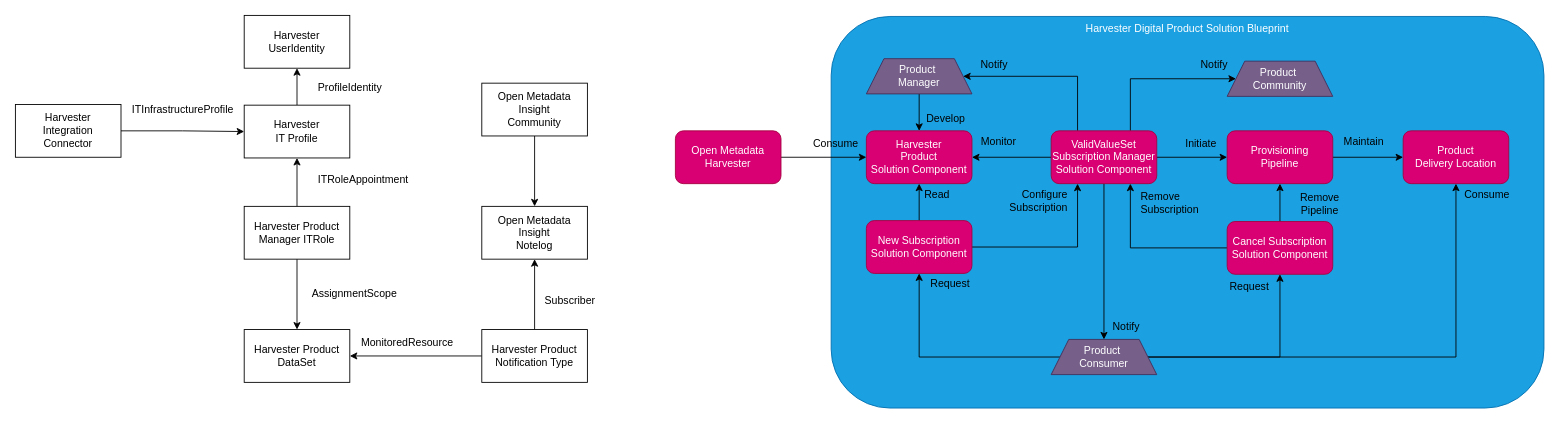
This is page "product-catalog" (3 of 5) of open-metadata-implementation/adapters/open-connectors/nanny-connectors/docs/nanny_connectors.drawio from odpi/egeria, a draw.io file, before an edit. Source tidied: cells renumbered, new cells numbered last; positions are measured from the earlier drawing's top-left corner, leaving out a move shared by most shapes. Both pictures are drawn from the tidied source at 88%, with x=0, y=0 at pixel (15, 15).
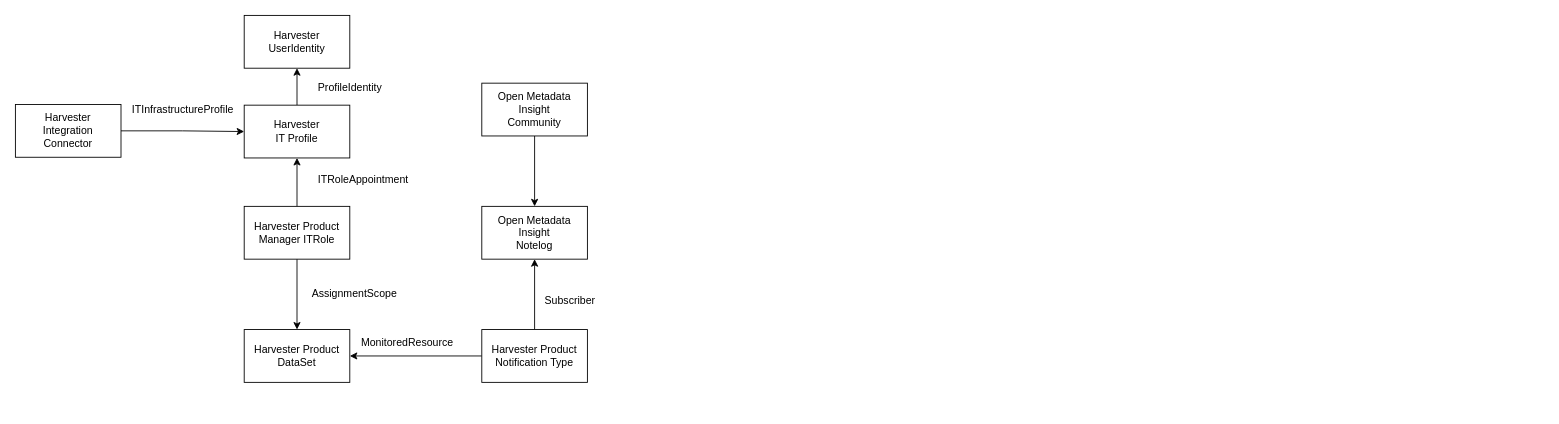
The same diagram, later.

The edit, as a diff of the source:
```diff
@@
-    <mxCell id="2" value="Harvester&amp;nbsp;&lt;span style=&quot;background-color: transparent; color: light-dark(rgb(255, 255, 255), rgb(18, 18, 18));&quot;&gt;Digital Product&amp;nbsp;&lt;/span&gt;&lt;span style=&quot;background-color: transparent; color: light-dark(rgb(255, 255, 255), rgb(18, 18, 18));&quot;&gt;Solution Blueprint&lt;/span&gt;" style="rounded=1;whiteSpace=wrap;html=1;fillColor=#1ba1e2;fontColor=#ffffff;strokeColor=#006EAF;verticalAlign=top;" parent="1" vertex="1">
-      <mxGeometry x="927" y="1.2" width="810" height="445" as="geometry" />
-    </mxCell>
-    <mxCell id="3" style="edgeStyle=orthogonalEdgeStyle;rounded=0;jettySize=auto;html=1;exitX=1;exitY=0.5;exitDx=0;exitDy=0;entryX=0;entryY=0.5;entryDx=0;entryDy=0;" parent="1" edge="1" source="11" target="6">
-      <mxGeometry relative="1" as="geometry" />
-    </mxCell>
-    <mxCell id="4" value="&lt;div&gt;Harvester&lt;/div&gt;&lt;div&gt;Product&lt;/div&gt;&lt;div&gt;Solution Component&lt;/div&gt;" style="rounded=1;whiteSpace=wrap;html=1;fillColor=#d80073;fontColor=#ffffff;strokeColor=#A50040;" parent="1" vertex="1">
-      <mxGeometry x="967" y="131.2" width="120" height="60" as="geometry" />
-    </mxCell>
-    <mxCell id="5" style="edgeStyle=orthogonalEdgeStyle;rounded=0;jettySize=auto;html=1;" parent="1" edge="1" source="6" target="14">
-      <mxGeometry relative="1" as="geometry" />
-    </mxCell>
-    <mxCell id="6" value="&lt;div&gt;Provisioning&lt;/div&gt;&lt;div&gt;Pipeline&lt;/div&gt;" style="rounded=1;whiteSpace=wrap;html=1;fillColor=#d80073;fontColor=#ffffff;strokeColor=#A50040;" parent="1" vertex="1">
-      <mxGeometry x="1377" y="131.2" width="120" height="60" as="geometry" />
-    </mxCell>
-    <mxCell id="7" style="edgeStyle=orthogonalEdgeStyle;rounded=0;jettySize=auto;html=1;exitX=0;exitY=0.5;exitDx=0;exitDy=0;entryX=1;entryY=0.5;entryDx=0;entryDy=0;" parent="1" edge="1" source="11" target="4">
-      <mxGeometry relative="1" as="geometry" />
-    </mxCell>
-    <mxCell id="8" style="edgeStyle=orthogonalEdgeStyle;rounded=0;jettySize=auto;html=1;exitX=0.5;exitY=1;exitDx=0;exitDy=0;" parent="1" edge="1" source="11" target="19">
-      <mxGeometry relative="1" as="geometry" />
-    </mxCell>
-    <mxCell id="9" style="edgeStyle=orthogonalEdgeStyle;rounded=0;jettySize=auto;html=1;exitX=0.25;exitY=0;exitDx=0;exitDy=0;entryX=1;entryY=0.5;entryDx=0;entryDy=0;" parent="1" edge="1" source="11" target="33">
-      <mxGeometry relative="1" as="geometry">
-        <Array as="points">
-          <mxPoint x="1207" y="69.2" />
-        </Array>
-      </mxGeometry>
-    </mxCell>
-    <mxCell id="10" style="edgeStyle=orthogonalEdgeStyle;rounded=0;jettySize=auto;html=1;exitX=0.75;exitY=0;exitDx=0;exitDy=0;entryX=0;entryY=0.5;entryDx=0;entryDy=0;" parent="1" edge="1" source="11" target="40">
-      <mxGeometry relative="1" as="geometry">
-        <Array as="points">
-          <mxPoint x="1267" y="72.2" />
-        </Array>
-      </mxGeometry>
-    </mxCell>
-    <mxCell id="11" value="&lt;div&gt;ValidValueSet&lt;/div&gt;&lt;div&gt;&lt;span style=&quot;background-color: transparent; color: light-dark(rgb(255, 255, 255), rgb(18, 18, 18));&quot;&gt;Subscription Manager Solution Component&lt;/span&gt;&lt;/div&gt;" style="rounded=1;whiteSpace=wrap;html=1;fillColor=#d80073;fontColor=#ffffff;strokeColor=#A50040;" parent="1" vertex="1">
-      <mxGeometry x="1177" y="131.2" width="120" height="60" as="geometry" />
-    </mxCell>
-    <mxCell id="12" value="Monitor" style="text;html=1;align=center;verticalAlign=middle;strokeColor=none;fillColor=none;" parent="1" vertex="1">
-      <mxGeometry x="1087" y="129.2" width="60" height="30" as="geometry" />
-    </mxCell>
-    <mxCell id="13" value="Initiate" style="text;html=1;align=center;verticalAlign=middle;strokeColor=none;fillColor=none;" parent="1" vertex="1">
-      <mxGeometry x="1317" y="131.2" width="60" height="30" as="geometry" />
-    </mxCell>
-    <mxCell id="14" value="&lt;div&gt;Product&lt;/div&gt;&lt;div&gt;Delivery Location&lt;/div&gt;" style="rounded=1;whiteSpace=wrap;html=1;fillColor=#d80073;fontColor=#ffffff;strokeColor=#A50040;" parent="1" vertex="1">
-      <mxGeometry x="1577" y="131.2" width="120" height="60" as="geometry" />
-    </mxCell>
-    <mxCell id="15" value="Maintain" style="text;html=1;align=center;verticalAlign=middle;strokeColor=none;fillColor=none;" parent="1" vertex="1">
-      <mxGeometry x="1497" y="129.2" width="70" height="30" as="geometry" />
-    </mxCell>
-    <mxCell id="16" style="edgeStyle=orthogonalEdgeStyle;rounded=0;jettySize=auto;html=1;exitX=0;exitY=0.5;exitDx=0;exitDy=0;" parent="1" edge="1" source="19" target="22">
-      <mxGeometry relative="1" as="geometry" />
-    </mxCell>
-    <mxCell id="17" style="edgeStyle=orthogonalEdgeStyle;rounded=0;jettySize=auto;html=1;entryX=0.5;entryY=1;entryDx=0;entryDy=0;exitX=1;exitY=0.5;exitDx=0;exitDy=0;" parent="1" edge="1" source="19" target="28">
-      <mxGeometry relative="1" as="geometry" />
-    </mxCell>
-    <mxCell id="18" style="edgeStyle=orthogonalEdgeStyle;rounded=0;jettySize=auto;html=1;exitX=1;exitY=0.5;exitDx=0;exitDy=0;" parent="1" edge="1" source="19" target="14">
-      <mxGeometry relative="1" as="geometry">
-        <Array as="points">
-          <mxPoint x="1637" y="388.2" />
-        </Array>
-      </mxGeometry>
-    </mxCell>
-    <mxCell id="19" value="Product&amp;nbsp;&lt;div&gt;Consumer&lt;/div&gt;" style="shape=trapezoid;perimeter=trapezoidPerimeter;whiteSpace=wrap;html=1;fixedSize=1;fillColor=#76608a;fontColor=#ffffff;strokeColor=#432D57;" parent="1" vertex="1">
-      <mxGeometry x="1177" y="368.2" width="120" height="40" as="geometry" />
-    </mxCell>
-    <mxCell id="20" style="edgeStyle=orthogonalEdgeStyle;rounded=0;jettySize=auto;html=1;exitX=0.5;exitY=0;exitDx=0;exitDy=0;entryX=0.5;entryY=1;entryDx=0;entryDy=0;" parent="1" edge="1" source="22" target="4">
-      <mxGeometry relative="1" as="geometry" />
-    </mxCell>
-    <mxCell id="21" style="edgeStyle=orthogonalEdgeStyle;rounded=0;jettySize=auto;html=1;exitX=1;exitY=0.5;exitDx=0;exitDy=0;entryX=0.25;entryY=1;entryDx=0;entryDy=0;" parent="1" edge="1" source="22" target="11">
-      <mxGeometry relative="1" as="geometry" />
-    </mxCell>
-    <mxCell id="22" value="&lt;div&gt;New Subscription&lt;/div&gt;&lt;div&gt;Solution Component&lt;/div&gt;" style="rounded=1;whiteSpace=wrap;html=1;fillColor=#d80073;fontColor=#ffffff;strokeColor=#A50040;" parent="1" vertex="1">
-      <mxGeometry x="967" y="233.2" width="120" height="60" as="geometry" />
-    </mxCell>
-    <mxCell id="23" value="Request" style="text;html=1;align=center;verticalAlign=middle;strokeColor=none;fillColor=none;" parent="1" vertex="1">
-      <mxGeometry x="1027" y="290.2" width="70" height="30" as="geometry" />
-    </mxCell>
-    <mxCell id="24" value="Read" style="text;html=1;align=center;verticalAlign=middle;strokeColor=none;fillColor=none;" parent="1" vertex="1">
-      <mxGeometry x="1022" y="189.2" width="50" height="30" as="geometry" />
-    </mxCell>
-    <mxCell id="25" value="Configure&lt;div&gt;Subscription&lt;/div&gt;" style="text;html=1;align=right;verticalAlign=middle;strokeColor=none;fillColor=none;" parent="1" vertex="1">
-      <mxGeometry x="1107" y="191.2" width="90" height="40" as="geometry" />
-    </mxCell>
-    <mxCell id="26" style="edgeStyle=orthogonalEdgeStyle;rounded=0;jettySize=auto;html=1;exitX=0;exitY=0.5;exitDx=0;exitDy=0;entryX=0.75;entryY=1;entryDx=0;entryDy=0;" parent="1" edge="1" source="28" target="11">
-      <mxGeometry relative="1" as="geometry" />
-    </mxCell>
-    <mxCell id="27" style="edgeStyle=orthogonalEdgeStyle;rounded=0;jettySize=auto;html=1;exitX=0.5;exitY=0;exitDx=0;exitDy=0;" parent="1" edge="1" source="28" target="6">
-      <mxGeometry relative="1" as="geometry" />
-    </mxCell>
-    <mxCell id="28" value="&lt;div&gt;Cancel Subscription&lt;/div&gt;&lt;div&gt;Solution Component&lt;/div&gt;" style="rounded=1;whiteSpace=wrap;html=1;fillColor=#d80073;fontColor=#ffffff;strokeColor=#A50040;" parent="1" vertex="1">
-      <mxGeometry x="1377" y="234.2" width="120" height="60" as="geometry" />
-    </mxCell>
-    <mxCell id="29" value="Remove&lt;div&gt;Subscription&lt;/div&gt;" style="text;html=1;align=left;verticalAlign=middle;strokeColor=none;fillColor=none;" parent="1" vertex="1">
-      <mxGeometry x="1277" y="193.2" width="90" height="40" as="geometry" />
-    </mxCell>
-    <mxCell id="30" value="Request" style="text;html=1;align=center;verticalAlign=middle;strokeColor=none;fillColor=none;" parent="1" vertex="1">
-      <mxGeometry x="1367" y="293.2" width="70" height="30" as="geometry" />
-    </mxCell>
-    <mxCell id="31" value="Remove&lt;div&gt;Pipeline&lt;/div&gt;" style="text;html=1;align=center;verticalAlign=middle;strokeColor=none;fillColor=none;" parent="1" vertex="1">
-      <mxGeometry x="1447" y="194.2" width="70" height="40" as="geometry" />
-    </mxCell>
-    <mxCell id="32" style="edgeStyle=orthogonalEdgeStyle;rounded=0;jettySize=auto;html=1;" parent="1" edge="1" source="33" target="4">
-      <mxGeometry relative="1" as="geometry" />
-    </mxCell>
-    <mxCell id="33" value="Product&amp;nbsp;&lt;div&gt;Manager&lt;/div&gt;" style="shape=trapezoid;perimeter=trapezoidPerimeter;whiteSpace=wrap;html=1;fixedSize=1;fillColor=#76608a;fontColor=#ffffff;strokeColor=#432D57;" parent="1" vertex="1">
-      <mxGeometry x="967" y="49.2" width="120" height="40" as="geometry" />
-    </mxCell>
-    <mxCell id="34" value="Develop" style="text;html=1;align=center;verticalAlign=middle;strokeColor=none;fillColor=none;" parent="1" vertex="1">
-      <mxGeometry x="1022" y="103.2" width="70" height="30" as="geometry" />
-    </mxCell>
-    <mxCell id="35" value="Consume" style="text;html=1;align=center;verticalAlign=middle;strokeColor=none;fillColor=none;" parent="1" vertex="1">
-      <mxGeometry x="1637" y="189.2" width="70" height="30" as="geometry" />
-    </mxCell>
-    <mxCell id="36" value="Notify" style="text;html=1;align=center;verticalAlign=middle;strokeColor=none;fillColor=none;" parent="1" vertex="1">
-      <mxGeometry x="1237" y="338.5" width="50" height="30" as="geometry" />
-    </mxCell>
-    <mxCell id="37" value="Notify" style="text;html=1;align=center;verticalAlign=middle;strokeColor=none;fillColor=none;" parent="1" vertex="1">
-      <mxGeometry x="1087" y="41.2" width="50" height="30" as="geometry" />
-    </mxCell>
-    <mxCell id="38" style="edgeStyle=orthogonalEdgeStyle;rounded=0;jettySize=auto;html=1;exitX=1;exitY=0.5;exitDx=0;exitDy=0;entryX=0;entryY=0.5;entryDx=0;entryDy=0;" parent="1" edge="1" source="42" target="4">
-      <mxGeometry relative="1" as="geometry" />
-    </mxCell>
-    <mxCell id="39" value="Consume" style="text;html=1;align=center;verticalAlign=middle;strokeColor=none;fillColor=none;" parent="1" vertex="1">
-      <mxGeometry x="897" y="131.2" width="70" height="30" as="geometry" />
-    </mxCell>
-    <mxCell id="40" value="Product&amp;nbsp;&lt;div&gt;Community&lt;/div&gt;" style="shape=trapezoid;perimeter=trapezoidPerimeter;whiteSpace=wrap;html=1;fixedSize=1;fillColor=#76608a;fontColor=#ffffff;strokeColor=#432D57;" parent="1" vertex="1">
-      <mxGeometry x="1377" y="52" width="120" height="40" as="geometry" />
-    </mxCell>
-    <mxCell id="41" value="Notify" style="text;html=1;align=center;verticalAlign=middle;strokeColor=none;fillColor=none;" parent="1" vertex="1">
-      <mxGeometry x="1337" y="41.2" width="50" height="30" as="geometry" />
-    </mxCell>
-    <mxCell id="42" value="Open Metadata&lt;div&gt;Harvester&lt;/div&gt;" style="rounded=1;whiteSpace=wrap;html=1;fillColor=#d80073;fontColor=#ffffff;strokeColor=#A50040;" parent="1" vertex="1">
-      <mxGeometry x="750" y="131.2" width="120" height="60" as="geometry" />
-    </mxCell>
```
